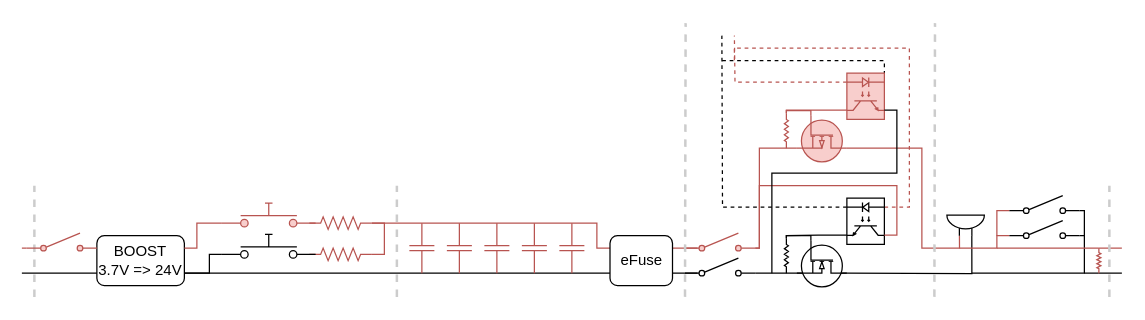
Above: ARCHI/SP02_Alumage_sinopsis.drawio in povdoigt/SP-02 (draw.io), before the change. Source tidied: cells renumbered, new cells numbered last; positions are measured from the earlier drawing's top-left corner, leaving out a move shared by most shapes. Both pictures are drawn from the tidied source at 125%, with x=0, y=0 at pixel (21, 22).
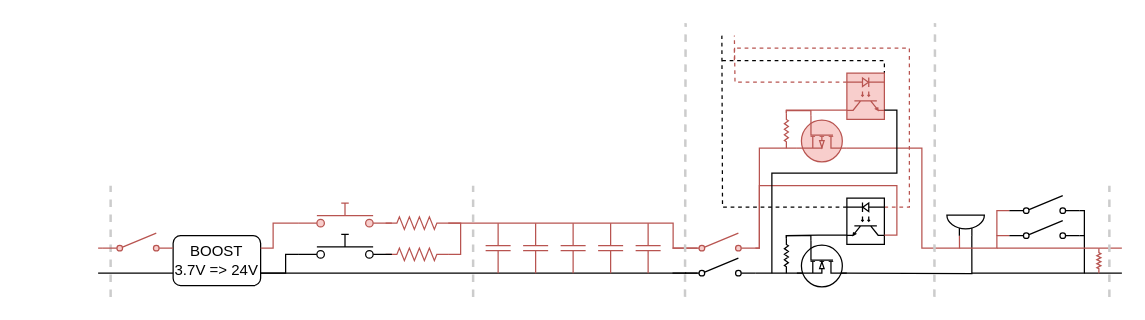
Above is the later version.

Diff of the diagram source:
```diff
@@
     <mxCell id="2" value="BOOST&lt;br&gt;3.7V =&amp;gt; 24V" style="rounded=1;whiteSpace=wrap;html=1;" parent="1" vertex="1">
-      <mxGeometry x="60" y="170" width="70" height="40" as="geometry" />
+      <mxGeometry x="121" y="170" width="70" height="40" as="geometry" />
     </mxCell>
     <mxCell id="3" style="edgeStyle=orthogonalEdgeStyle;rounded=0;jettySize=auto;html=1;fillColor=#f8cecc;strokeColor=#000000;exitX=0;exitY=0.75;exitDx=0;exitDy=0;endArrow=none;endFill=0;" parent="1" edge="1" source="2">
       <mxGeometry relative="1" as="geometry">
-        <mxPoint y="200" as="targetPoint" />
+        <mxPoint x="61" y="200" as="targetPoint" />
       </mxGeometry>
     </mxCell>
     <mxCell id="4" style="edgeStyle=orthogonalEdgeStyle;rounded=0;jettySize=auto;html=1;entryX=0;entryY=0.8;entryDx=0;entryDy=0;fillColor=#f8cecc;strokeColor=#b85450;endArrow=none;endFill=0;" parent="1" edge="1" target="16">
       <mxGeometry relative="1" as="geometry">
-        <mxPoint x="130" y="180" as="sourcePoint" />
+        <mxPoint x="191" y="180" as="sourcePoint" />
         <Array as="points">
-          <mxPoint x="140" y="180" />
-          <mxPoint x="140" y="160" />
+          <mxPoint x="201" y="180" />
+          <mxPoint x="201" y="160" />
         </Array>
       </mxGeometry>
     </mxCell>
     <mxCell id="5" style="edgeStyle=orthogonalEdgeStyle;rounded=0;jettySize=auto;html=1;fillColor=#f8cecc;strokeColor=#b85450;endArrow=none;endFill=0;entryX=1;entryY=0.5;entryDx=0;entryDy=0;entryPerimeter=0;" parent="1" edge="1" source="6" target="7">
       <mxGeometry relative="1" as="geometry">
         <Array as="points">
-          <mxPoint x="290" y="160" />
-          <mxPoint x="290" y="185" />
+          <mxPoint x="351" y="160" />
+          <mxPoint x="351" y="185" />
         </Array>
       </mxGeometry>
     </mxCell>
     <mxCell id="6" style="verticalLabelPosition=bottom;shadow=0;dashed=0;align=center;html=1;verticalAlign=top;shape=mxgraph.electrical.resistors.resistor_2;fillColor=#f8cecc;strokeColor=#b85450;" parent="1" vertex="1">
-      <mxGeometry x="230" y="155" width="50" height="10" as="geometry" />
+      <mxGeometry x="291" y="155" width="50" height="10" as="geometry" />
     </mxCell>
     <mxCell id="7" style="verticalLabelPosition=bottom;shadow=0;dashed=0;align=center;html=1;verticalAlign=top;shape=mxgraph.electrical.resistors.resistor_2;fillColor=#f8cecc;strokeColor=#b85450;" parent="1" vertex="1">
-      <mxGeometry x="230" y="180" width="50" height="10" as="geometry" />
+      <mxGeometry x="291" y="180" width="50" height="10" as="geometry" />
     </mxCell>
     <mxCell id="8" style="edgeStyle=orthogonalEdgeStyle;rounded=0;jettySize=auto;html=1;fillColor=#f8cecc;strokeColor=#000000;entryX=1;entryY=0.75;entryDx=0;entryDy=0;endArrow=none;endFill=0;exitX=0;exitY=0.8;exitDx=0;exitDy=0;" parent="1" edge="1" source="17" target="2">
       <mxGeometry relative="1" as="geometry">
         <Array as="points">
-          <mxPoint x="150" y="200" />
+          <mxPoint x="211" y="200" />
         </Array>
       </mxGeometry>
     </mxCell>
     <mxCell id="9" style="endArrow=none;dashed=1;html=1;strokeWidth=2;rounded=0;strokeColor=#CCCCCC;" parent="1" edge="1">
       <mxGeometry relative="1" as="geometry">
-        <mxPoint x="10" y="219" as="sourcePoint" />
-        <mxPoint x="10" y="130" as="targetPoint" />
+        <mxPoint x="71" y="219" as="sourcePoint" />
+        <mxPoint x="71" y="130" as="targetPoint" />
       </mxGeometry>
     </mxCell>
     <mxCell id="10" style="endArrow=none;dashed=1;html=1;strokeWidth=2;rounded=0;strokeColor=#CCCCCC;" parent="1" edge="1">
       <mxGeometry relative="1" as="geometry">
-        <mxPoint x="300" y="219" as="sourcePoint" />
-        <mxPoint x="300" y="130" as="targetPoint" />
+        <mxPoint x="361" y="219" as="sourcePoint" />
+        <mxPoint x="361" y="130" as="targetPoint" />
       </mxGeometry>
     </mxCell>
-    <mxCell id="11" style="edgeStyle=orthogonalEdgeStyle;rounded=0;jettySize=auto;html=1;exitX=0;exitY=0.25;exitDx=0;exitDy=0;endArrow=none;endFill=0;fillColor=#f8cecc;strokeColor=#b85450;entryX=1;entryY=0.5;entryDx=0;entryDy=0;entryPerimeter=0;" parent="1" edge="1" source="14" target="6">
+    <mxCell id="11" style="edgeStyle=orthogonalEdgeStyle;rounded=0;jettySize=auto;html=1;exitX=0;exitY=0.25;exitDx=0;exitDy=0;endArrow=none;endFill=0;fillColor=#f8cecc;strokeColor=#b85450;entryX=1;entryY=0.5;entryDx=0;entryDy=0;entryPerimeter=0;" parent="1" edge="1" target="6">
       <mxGeometry relative="1" as="geometry">
+        <mxPoint x="531.5" y="180" as="sourcePoint" />
         <Array as="points">
-          <mxPoint x="460" y="180" />
-          <mxPoint x="460" y="160" />
+          <mxPoint x="521" y="180" />
+          <mxPoint x="521" y="160" />
         </Array>
       </mxGeometry>
     </mxCell>
-    <mxCell id="12" style="edgeStyle=orthogonalEdgeStyle;rounded=0;jettySize=auto;html=1;endArrow=none;endFill=0;entryX=1;entryY=0.75;entryDx=0;entryDy=0;" parent="1" edge="1" source="14" target="2">
+    <mxCell id="12" style="edgeStyle=orthogonalEdgeStyle;rounded=0;jettySize=auto;html=1;endArrow=none;endFill=0;entryX=1;entryY=0.75;entryDx=0;entryDy=0;" parent="1" edge="1" target="2">
       <mxGeometry relative="1" as="geometry">
+        <mxPoint x="531.5" y="200" as="sourcePoint" />
         <Array as="points">
-          <mxPoint x="380" y="200" />
-          <mxPoint x="380" y="200" />
+          <mxPoint x="441" y="200" />
+          <mxPoint x="441" y="200" />
         </Array>
       </mxGeometry>
     </mxCell>
-    <mxCell id="13" style="edgeStyle=orthogonalEdgeStyle;rounded=0;jettySize=auto;html=1;endArrow=none;endFill=0;fillColor=#f8cecc;strokeColor=#b85450;" parent="1" edge="1" source="14">
+    <mxCell id="13" style="edgeStyle=orthogonalEdgeStyle;rounded=0;orthogonalLoop=1;jettySize=auto;html=1;endArrow=none;endFill=0;fillColor=#f8cecc;strokeColor=#b85450;" parent="1" edge="1">
       <mxGeometry relative="1" as="geometry">
+        <mxPoint x="520.5" y="180" as="sourcePoint" />
         <mxPoint x="540.5" y="180" as="targetPoint" />
         <Array as="points">
           <mxPoint x="530.5" y="180" />
           <mxPoint x="530.5" y="180" />
         </Array>
       </mxGeometry>
     </mxCell>
-    <mxCell id="14" value="eFuse" style="rounded=1;whiteSpace=wrap;html=1;" parent="1" vertex="1">
-      <mxGeometry x="470.5" y="170" width="50" height="40" as="geometry" />
-    </mxCell>
-    <mxCell id="15" style="edgeStyle=orthogonalEdgeStyle;rounded=0;jettySize=auto;html=1;endArrow=none;endFill=0;fillColor=#f8cecc;strokeColor=#000000;exitX=1;exitY=0.75;exitDx=0;exitDy=0;" parent="1" edge="1" source="14">
+    <mxCell id="15" style="edgeStyle=orthogonalEdgeStyle;rounded=0;orthogonalLoop=1;jettySize=auto;html=1;endArrow=none;endFill=0;fillColor=#f8cecc;strokeColor=#000000;exitX=1;exitY=0.75;exitDx=0;exitDy=0;" parent="1" edge="1">
       <mxGeometry relative="1" as="geometry">
+        <mxPoint x="520.5" y="200" as="sourcePoint" />
         <mxPoint x="540.5" y="200" as="targetPoint" />
       </mxGeometry>
     </mxCell>
     <mxCell id="16" style="html=1;shape=mxgraph.electrical.electro-mechanical.pushbutton;elSwitchState=off;fillColor=#f8cecc;strokeColor=#b85450;" parent="1" vertex="1">
-      <mxGeometry x="160" y="144" width="75" height="20" as="geometry" />
+      <mxGeometry x="221" y="144" width="75" height="20" as="geometry" />
     </mxCell>
     <mxCell id="17" style="html=1;shape=mxgraph.electrical.electro-mechanical.pushbutton;elSwitchState=off;" parent="1" vertex="1">
-      <mxGeometry x="160" y="169" width="75" height="20" as="geometry" />
+      <mxGeometry x="221" y="169" width="75" height="20" as="geometry" />
     </mxCell>
     <mxCell id="18" style="edgeStyle=orthogonalEdgeStyle;rounded=0;jettySize=auto;html=1;exitX=0;exitY=0.8;exitDx=0;exitDy=0;fillColor=#f8cecc;strokeColor=#b85450;endArrow=none;endFill=0;" parent="1" edge="1" source="19">
       <mxGeometry relative="1" as="geometry">
-        <mxPoint y="180" as="targetPoint" />
+        <mxPoint x="61" y="180" as="targetPoint" />
       </mxGeometry>
     </mxCell>
     <mxCell id="19" style="html=1;shape=mxgraph.electrical.electro-mechanical.singleSwitch;elSwitchState=off;fillColor=#f8cecc;strokeColor=#b85450;" parent="1" vertex="1">
-      <mxGeometry x="3.8" y="168" width="56.2" height="15" as="geometry" />
+      <mxGeometry x="64.8" y="168" width="56.2" height="15" as="geometry" />
     </mxCell>
@@
     <mxCell id="24" style="verticalLabelPosition=bottom;shadow=0;dashed=0;align=center;html=1;verticalAlign=top;shape=mxgraph.electrical.capacitors.capacitor_1;direction=south;fillColor=#f8cecc;strokeColor=#b85450;" parent="1" vertex="1">
-      <mxGeometry x="310" y="160" width="20" height="40" as="geometry" />
+      <mxGeometry x="371" y="160" width="20" height="40" as="geometry" />
     </mxCell>
     <mxCell id="25" style="verticalLabelPosition=bottom;shadow=0;dashed=0;align=center;html=1;verticalAlign=top;shape=mxgraph.electrical.capacitors.capacitor_1;direction=south;fillColor=#f8cecc;strokeColor=#b85450;" parent="1" vertex="1">
-      <mxGeometry x="340" y="160" width="20" height="40" as="geometry" />
+      <mxGeometry x="401" y="160" width="20" height="40" as="geometry" />
     </mxCell>
     <mxCell id="26" style="verticalLabelPosition=bottom;shadow=0;dashed=0;align=center;html=1;verticalAlign=top;shape=mxgraph.electrical.capacitors.capacitor_1;direction=south;fillColor=#f8cecc;strokeColor=#b85450;" parent="1" vertex="1">
-      <mxGeometry x="370" y="160" width="20" height="40" as="geometry" />
+      <mxGeometry x="431" y="160" width="20" height="40" as="geometry" />
     </mxCell>
     <mxCell id="27" style="verticalLabelPosition=bottom;shadow=0;dashed=0;align=center;html=1;verticalAlign=top;shape=mxgraph.electrical.capacitors.capacitor_1;direction=south;fillColor=#f8cecc;strokeColor=#b85450;" parent="1" vertex="1">
-      <mxGeometry x="400" y="160" width="20" height="40" as="geometry" />
+      <mxGeometry x="461" y="160" width="20" height="40" as="geometry" />
     </mxCell>
     <mxCell id="28" style="verticalLabelPosition=bottom;shadow=0;dashed=0;align=center;html=1;verticalAlign=top;shape=mxgraph.electrical.capacitors.capacitor_1;direction=south;fillColor=#f8cecc;strokeColor=#b85450;" parent="1" vertex="1">
-      <mxGeometry x="430" y="160" width="20" height="40" as="geometry" />
+      <mxGeometry x="491" y="160" width="20" height="40" as="geometry" />
     </mxCell>
```
